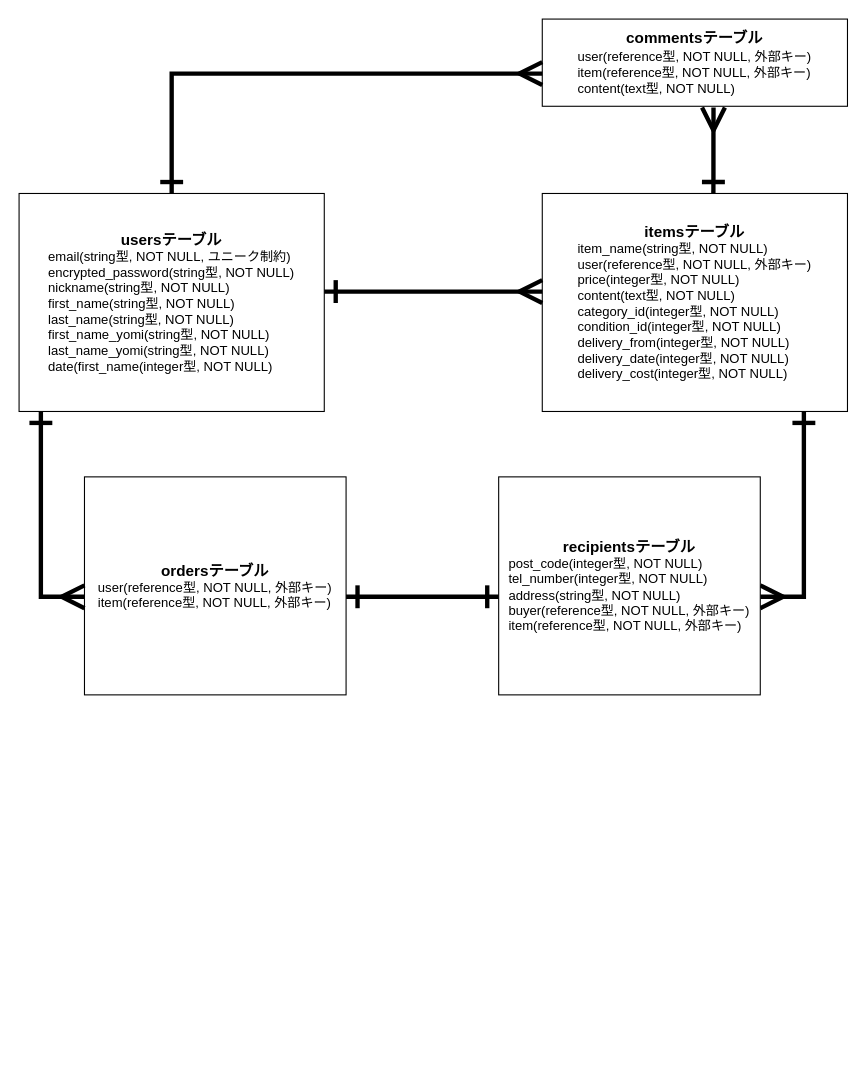
The draw.io diagram config/erzu.dio in tsukitoremon/furima-39857, before the edit. Source tidied: cells renumbered, new cells numbered last; positions are measured from the earlier drawing's top-left corner, leaving out a move shared by most shapes. Both pictures are drawn from the tidied source at 109%, with x=0, y=0 at pixel (19, 19).
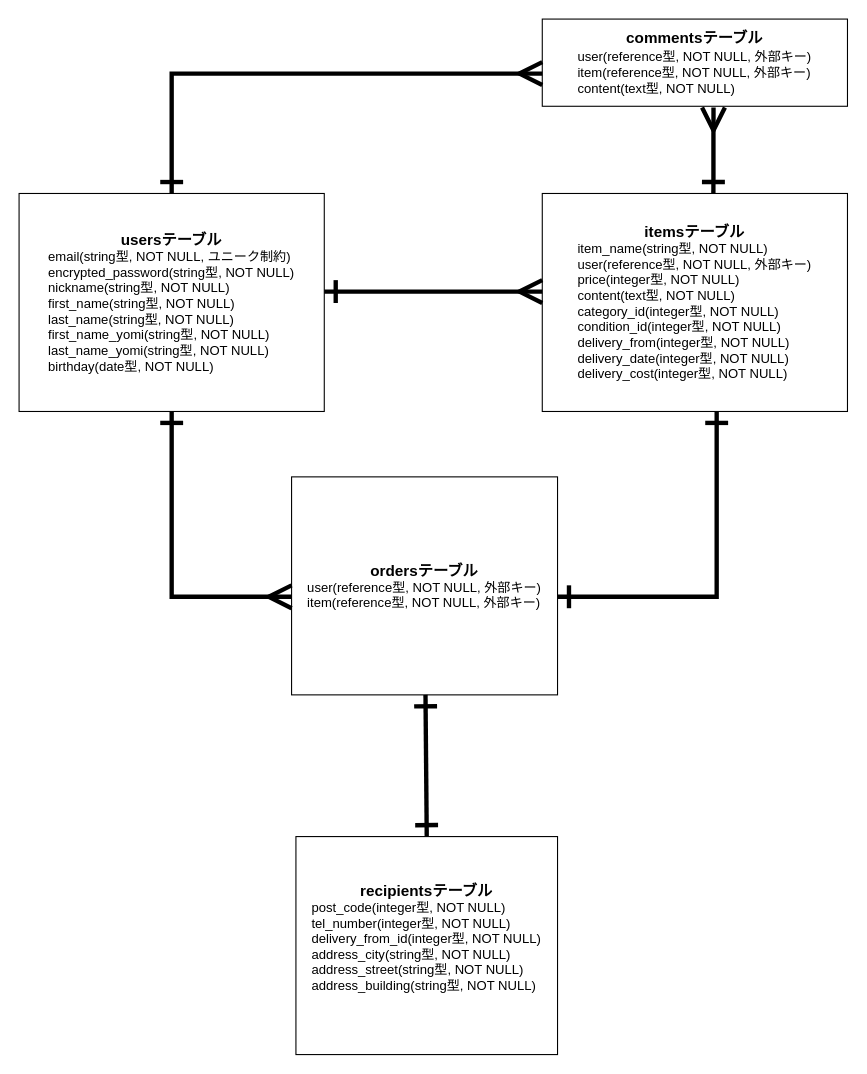
Above is the later version.

Commit message (it also covers changes not shown here):
#3 データベース設計（再々々）

Unchanged cells that the change refers to:
```xml
<mxCell id="3" value="&lt;font style=&quot;font-size: 14px;&quot;&gt;&lt;b&gt;itemsテーブル&lt;/b&gt;&lt;/font&gt;&lt;br&gt;&lt;div style=&quot;text-align: left;&quot;&gt;&lt;span style=&quot;background-color: initial;&quot;&gt;item_name(string型, NOT NULL)&lt;/span&gt;&lt;/div&gt;&lt;div style=&quot;text-align: left;&quot;&gt;&lt;span style=&quot;background-color: initial;&quot;&gt;user(reference型, NOT NULL, 外部キー)&lt;/span&gt;&lt;/div&gt;&lt;div style=&quot;text-align: left;&quot;&gt;price(integer型, NOT NULL)&lt;span style=&quot;background-color: initial;&quot;&gt;&lt;br&gt;&lt;/span&gt;&lt;/div&gt;&lt;div style=&quot;text-align: left;&quot;&gt;content(text型, NOT NULL)&lt;br&gt;&lt;/div&gt;&lt;div style=&quot;text-align: left;&quot;&gt;&lt;span style=&quot;background-color: initial;&quot;&gt;category_id(integer型, NOT NULL)&lt;/span&gt;&lt;/div&gt;&lt;div style=&quot;text-align: left;&quot;&gt;condition_id(integer型, NOT NULL)&lt;span style=&quot;background-color: initial;&quot;&gt;&lt;br&gt;&lt;/span&gt;&lt;/div&gt;&lt;div style=&quot;text-align: left;&quot;&gt;delivery_from(integer型, NOT NULL)&lt;br&gt;&lt;/div&gt;&lt;div style=&quot;text-align: left;&quot;&gt;&lt;span style=&quot;background-color: initial;&quot;&gt;delivery_date(integer型, NOT NULL)&lt;/span&gt;&lt;/div&gt;&lt;div style=&quot;text-align: left;&quot;&gt;delivery_cost(integer型, NOT NULL)&lt;span style=&quot;background-color: initial;&quot;&gt;&lt;br&gt;&lt;/span&gt;&lt;/div&gt;" style="whiteSpace=wrap;html=1;" parent="1" vertex="1">
  <mxGeometry x="480" y="160" width="280" height="200" as="geometry" />
</mxCell>
```

The edit, as a diff of the source:
```diff
@@
-    <mxCell id="2" value="&lt;font style=&quot;font-size: 14px;&quot;&gt;&lt;b&gt;usersテーブル&lt;/b&gt;&lt;/font&gt;&lt;br&gt;&lt;div style=&quot;text-align: left;&quot;&gt;&lt;span style=&quot;background-color: initial;&quot;&gt;email(string型, NOT NULL, ユニーク制約)&lt;/span&gt;&lt;/div&gt;&lt;div style=&quot;text-align: left;&quot;&gt;&lt;span style=&quot;background-color: initial;&quot;&gt;encrypted_password(string型, NOT NULL)&lt;/span&gt;&lt;/div&gt;&lt;div style=&quot;text-align: left;&quot;&gt;&lt;span style=&quot;background-color: initial;&quot;&gt;nickname(string型, NOT NULL)&lt;/span&gt;&lt;/div&gt;&lt;div style=&quot;text-align: left;&quot;&gt;&lt;span style=&quot;background-color: initial;&quot;&gt;first_name(string型, NOT NULL)&lt;/span&gt;&lt;/div&gt;&lt;div style=&quot;text-align: left;&quot;&gt;&lt;span style=&quot;background-color: initial;&quot;&gt;last_name(string型, NOT NULL)&lt;/span&gt;&lt;/div&gt;&lt;div style=&quot;text-align: left;&quot;&gt;&lt;span style=&quot;background-color: initial;&quot;&gt;first_name_yomi(string型, NOT NULL)&lt;/span&gt;&lt;/div&gt;&lt;div style=&quot;text-align: left;&quot;&gt;&lt;span style=&quot;background-color: initial;&quot;&gt;last_name_yomi(string型, NOT NULL)&lt;/span&gt;&lt;/div&gt;&lt;div style=&quot;text-align: left;&quot;&gt;&lt;span style=&quot;background-color: initial;&quot;&gt;date(first_name(integer型, NOT NULL)&lt;/span&gt;&lt;/div&gt;" style="whiteSpace=wrap;html=1;" parent="1" vertex="1">
+    <mxCell id="2" value="&lt;font style=&quot;font-size: 14px;&quot;&gt;&lt;b&gt;usersテーブル&lt;/b&gt;&lt;/font&gt;&lt;br&gt;&lt;div style=&quot;text-align: left;&quot;&gt;&lt;span style=&quot;background-color: initial;&quot;&gt;email(string型, NOT NULL, ユニーク制約)&lt;/span&gt;&lt;/div&gt;&lt;div style=&quot;text-align: left;&quot;&gt;&lt;span style=&quot;background-color: initial;&quot;&gt;encrypted_password(string型, NOT NULL)&lt;/span&gt;&lt;/div&gt;&lt;div style=&quot;text-align: left;&quot;&gt;&lt;span style=&quot;background-color: initial;&quot;&gt;nickname(string型, NOT NULL)&lt;/span&gt;&lt;/div&gt;&lt;div style=&quot;text-align: left;&quot;&gt;&lt;span style=&quot;background-color: initial;&quot;&gt;first_name(string型, NOT NULL)&lt;/span&gt;&lt;/div&gt;&lt;div style=&quot;text-align: left;&quot;&gt;&lt;span style=&quot;background-color: initial;&quot;&gt;last_name(string型, NOT NULL)&lt;/span&gt;&lt;/div&gt;&lt;div style=&quot;text-align: left;&quot;&gt;&lt;span style=&quot;background-color: initial;&quot;&gt;first_name_yomi(string型, NOT NULL)&lt;/span&gt;&lt;/div&gt;&lt;div style=&quot;text-align: left;&quot;&gt;&lt;span style=&quot;background-color: initial;&quot;&gt;last_name_yomi(string型, NOT NULL)&lt;/span&gt;&lt;/div&gt;&lt;div style=&quot;text-align: left;&quot;&gt;&lt;span style=&quot;background-color: initial;&quot;&gt;birthday(date型, NOT NULL)&lt;/span&gt;&lt;/div&gt;" style="whiteSpace=wrap;html=1;" parent="1" vertex="1">
       <mxGeometry y="160" width="280" height="200" as="geometry" />
     </mxCell>
@@
     <mxCell id="4" value="&lt;font style=&quot;font-size: 14px;&quot;&gt;&lt;b&gt;ordersテーブル&lt;/b&gt;&lt;/font&gt;&lt;br&gt;&lt;div style=&quot;text-align: left;&quot;&gt;&lt;span style=&quot;background-color: initial;&quot;&gt;user(reference型, NOT NULL, 外部キー)&lt;/span&gt;&lt;/div&gt;&lt;div style=&quot;text-align: left;&quot;&gt;&lt;span style=&quot;background-color: initial;&quot;&gt;item(reference型, NOT NULL, 外部キー)&lt;/span&gt;&lt;/div&gt;" style="whiteSpace=wrap;html=1;" parent="1" vertex="1">
-      <mxGeometry x="60" y="420" width="240" height="200" as="geometry" />
+      <mxGeometry x="250" y="420" width="244" height="200" as="geometry" />
     </mxCell>
@@
-    <mxCell id="7" style="edgeStyle=orthogonalEdgeStyle;jettySize=auto;html=1;strokeWidth=4;fontSize=14;startArrow=ERmany;startFill=0;endArrow=ERone;endFill=0;startSize=16;endSize=16;rounded=0;" parent="1" edge="1" target="3">
+    <mxCell id="7" style="edgeStyle=orthogonalEdgeStyle;jettySize=auto;html=1;strokeWidth=4;fontSize=14;startArrow=ERone;startFill=0;endArrow=ERone;endFill=0;startSize=16;endSize=16;rounded=0;" parent="1" edge="1" source="4" target="3">
       <mxGeometry relative="1" as="geometry">
-        <mxPoint x="680" y="530" as="sourcePoint" />
         <Array as="points">
-          <mxPoint x="720" y="530" />
+          <mxPoint x="640" y="530" />
         </Array>
       </mxGeometry>
     </mxCell>
     <mxCell id="8" style="edgeStyle=orthogonalEdgeStyle;jettySize=auto;html=1;strokeWidth=4;fontSize=14;startArrow=ERmany;startFill=0;endArrow=ERone;endFill=0;startSize=16;endSize=16;rounded=0;" parent="1" edge="1" target="2">
       <mxGeometry relative="1" as="geometry">
-        <mxPoint x="60" y="530" as="sourcePoint" />
+        <mxPoint x="250" y="530" as="sourcePoint" />
         <Array as="points">
-          <mxPoint x="20" y="530" />
+          <mxPoint x="140" y="530" />
         </Array>
       </mxGeometry>
     </mxCell>
@@
-    <mxCell id="11" value="&lt;font style=&quot;font-size: 14px;&quot;&gt;&lt;b&gt;recipientsテーブル&lt;/b&gt;&lt;/font&gt;&lt;br&gt;&lt;div style=&quot;text-align: left;&quot;&gt;&lt;span style=&quot;background-color: initial;&quot;&gt;post_code(integer型, NOT NULL)&lt;/span&gt;&lt;/div&gt;&lt;div style=&quot;text-align: left;&quot;&gt;&lt;span style=&quot;background-color: initial;&quot;&gt;tel_number(integer型, NOT NULL)&lt;/span&gt;&lt;/div&gt;&lt;div style=&quot;text-align: left;&quot;&gt;&lt;span style=&quot;background-color: initial;&quot;&gt;address(string型, NOT NULL)&lt;/span&gt;&lt;/div&gt;&lt;div style=&quot;text-align: left;&quot;&gt;&lt;span style=&quot;background-color: initial;&quot;&gt;buyer(reference型, NOT NULL, 外部キー)&lt;/span&gt;&lt;/div&gt;&lt;div style=&quot;text-align: left;&quot;&gt;&lt;span style=&quot;background-color: initial;&quot;&gt;item(reference型, NOT NULL, 外部キー)&lt;/span&gt;&lt;/div&gt;" style="whiteSpace=wrap;html=1;" parent="1" vertex="1">
-      <mxGeometry x="440" y="420" width="240" height="200" as="geometry" />
+    <mxCell id="11" value="&lt;font style=&quot;font-size: 14px;&quot;&gt;&lt;b&gt;recipientsテーブル&lt;/b&gt;&lt;/font&gt;&lt;br&gt;&lt;div style=&quot;text-align: left;&quot;&gt;&lt;span style=&quot;background-color: initial;&quot;&gt;post_code(integer型, NOT NULL)&lt;/span&gt;&lt;/div&gt;&lt;div style=&quot;text-align: left;&quot;&gt;&lt;span style=&quot;background-color: initial;&quot;&gt;tel_number(integer型, NOT NULL)&lt;/span&gt;&lt;/div&gt;&lt;div style=&quot;text-align: left;&quot;&gt;&lt;span style=&quot;background-color: initial;&quot;&gt;delivery_from_id(integer型, NOT NULL)&lt;/span&gt;&lt;/div&gt;&lt;div style=&quot;text-align: left;&quot;&gt;&lt;span style=&quot;background-color: initial;&quot;&gt;address_city(string型, NOT NULL)&lt;/span&gt;&lt;/div&gt;&lt;div style=&quot;text-align: left;&quot;&gt;address_street(string型, NOT NULL)&lt;span style=&quot;background-color: initial;&quot;&gt;&lt;br&gt;&lt;/span&gt;&lt;/div&gt;&lt;div style=&quot;text-align: left;&quot;&gt;address_building(string型, NOT NULL)&lt;br&gt;&lt;/div&gt;&lt;div style=&quot;text-align: left;&quot;&gt;&lt;br&gt;&lt;/div&gt;" style="whiteSpace=wrap;html=1;" parent="1" vertex="1">
+      <mxGeometry x="254" y="750" width="240" height="200" as="geometry" />
     </mxCell>
-    <mxCell id="12" style="edgeStyle=none;jettySize=auto;html=1;endArrow=ERone;startArrow=ERone;endSize=16;startSize=16;strokeWidth=4;startFill=0;endFill=0;exitX=1;exitY=0.55;exitDx=0;exitDy=0;exitPerimeter=0;" parent="1" edge="1" source="4">
-      <mxGeometry relative="1" as="geometry">
-        <mxPoint x="440" y="530" as="targetPoint" />
-      </mxGeometry>
+    <mxCell id="12" style="edgeStyle=none;jettySize=auto;html=1;endArrow=ERone;startArrow=ERone;endSize=16;startSize=16;strokeWidth=4;startFill=0;endFill=0;exitX=0.5;exitY=0;exitDx=0;exitDy=0;" parent="1" edge="1" source="11" target="4">
+      <mxGeometry relative="1" as="geometry" />
     </mxCell>
```
